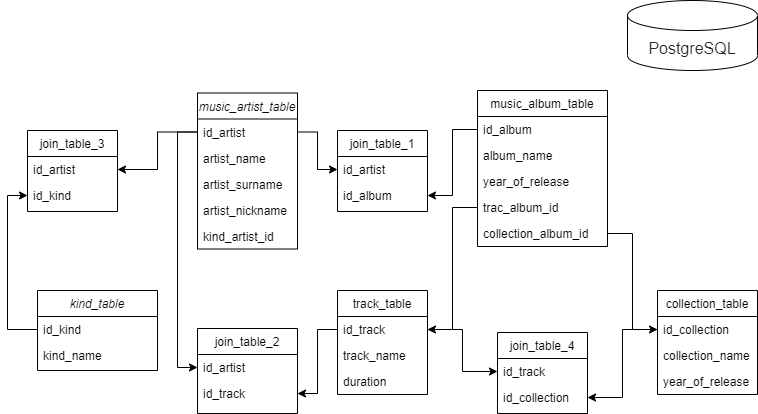
This is database_musick_netology_1.png from danilevich23555/sql_HW_3, a draw.io export, as it was before one commit. Source tidied: cells renumbered, new cells last; positions are measured from the earlier drawing's top-left corner, leaving out a move shared by most shapes.
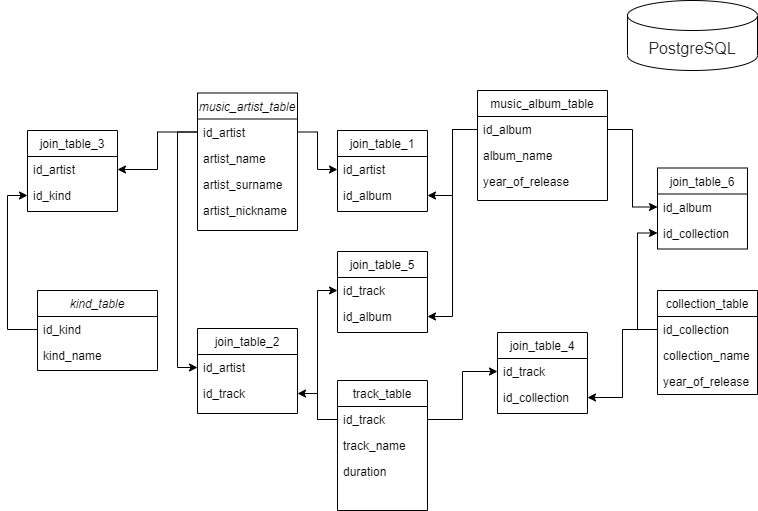
Above is the later version.

What changed in the source:
```diff
@@ -3,7 +3,7 @@
     <mxCell id="0" />
     <mxCell id="1" parent="0" />
     <mxCell id="2" value="music_artist_table" style="swimlane;fontStyle=2;align=center;verticalAlign=top;horizontal=1;startSize=26;rounded=0;shadow=0;strokeWidth=1;" parent="1" vertex="1">
-      <mxGeometry x="170" y="92.5" width="100" height="156" as="geometry" />
+      <mxGeometry x="170" y="92.5" width="100" height="137.5" as="geometry" />
     </mxCell>
     <mxCell id="3" value="id_artist" style="text;align=left;verticalAlign=top;spacingLeft=4;spacingRight=4;overflow=hidden;points=[[0,0.5],[1,0.5]];portConstraint=eastwest;" parent="2" vertex="1">
       <mxGeometry y="26" width="100" height="26" as="geometry" />
@@ -17,11 +17,8 @@
     <mxCell id="6" value="artist_nickname" style="text;align=left;verticalAlign=top;spacingLeft=4;spacingRight=4;overflow=hidden;rounded=0;shadow=0;html=0;" parent="2" vertex="1">
       <mxGeometry y="104" width="100" height="26" as="geometry" />
     </mxCell>
-    <mxCell id="7" value="kind_artist_id" style="text;align=left;verticalAlign=top;spacingLeft=4;spacingRight=4;overflow=hidden;rounded=0;shadow=0;html=0;" parent="2" vertex="1">
-      <mxGeometry y="130" width="100" height="26" as="geometry" />
-    </mxCell>
     <mxCell id="8" value="track_table" style="swimlane;fontStyle=0;align=center;verticalAlign=top;horizontal=1;startSize=26;rounded=0;shadow=0;strokeWidth=1;" parent="1" vertex="1">
-      <mxGeometry x="310" y="290" width="90" height="104" as="geometry" />
+      <mxGeometry x="310" y="380" width="90" height="130" as="geometry" />
     </mxCell>
     <mxCell id="9" value="id_track" style="text;align=left;verticalAlign=top;spacingLeft=4;spacingRight=4;overflow=hidden;points=[[0,0.5],[1,0.5]];portConstraint=eastwest;" parent="8" vertex="1">
       <mxGeometry y="26" width="90" height="26" as="geometry" />
@@ -42,7 +39,7 @@
       <mxGeometry y="52" width="90" height="26" as="geometry" />
     </mxCell>
     <mxCell id="15" value="music_album_table" style="swimlane;fontStyle=0;align=center;verticalAlign=top;horizontal=1;startSize=26;rounded=0;shadow=0;strokeWidth=1;" parent="1" vertex="1">
-      <mxGeometry x="450" y="90" width="130" height="156" as="geometry" />
+      <mxGeometry x="450" y="90" width="130" height="110" as="geometry" />
     </mxCell>
     <mxCell id="16" value="id_album" style="text;align=left;verticalAlign=top;spacingLeft=4;spacingRight=4;overflow=hidden;points=[[0,0.5],[1,0.5]];portConstraint=eastwest;" parent="15" vertex="1">
       <mxGeometry y="26" width="130" height="26" as="geometry" />
@@ -53,12 +50,6 @@
     <mxCell id="18" value="year_of_release" style="text;align=left;verticalAlign=top;spacingLeft=4;spacingRight=4;overflow=hidden;rounded=0;shadow=0;html=0;" parent="15" vertex="1">
       <mxGeometry y="78" width="130" height="26" as="geometry" />
     </mxCell>
-    <mxCell id="19" value="trac_album_id" style="text;align=left;verticalAlign=top;spacingLeft=4;spacingRight=4;overflow=hidden;points=[[0,0.5],[1,0.5]];portConstraint=eastwest;rounded=0;shadow=0;html=0;" parent="15" vertex="1">
-      <mxGeometry y="104" width="130" height="26" as="geometry" />
-    </mxCell>
-    <mxCell id="20" value="collection_album_id" style="text;align=left;verticalAlign=top;spacingLeft=4;spacingRight=4;overflow=hidden;points=[[0,0.5],[1,0.5]];portConstraint=eastwest;rounded=0;shadow=0;html=0;" parent="15" vertex="1">
-      <mxGeometry y="130" width="130" height="26" as="geometry" />
-    </mxCell>
     <mxCell id="21" value="&lt;span style=&quot;color: rgb(36 , 41 , 47) ; font-family: , &amp;#34;blinkmacsystemfont&amp;#34; , &amp;#34;segoe ui&amp;#34; , &amp;#34;helvetica&amp;#34; , &amp;#34;arial&amp;#34; , sans-serif , &amp;#34;apple color emoji&amp;#34; , &amp;#34;segoe ui emoji&amp;#34; ; font-size: 16px ; background-color: rgb(255 , 255 , 255)&quot;&gt;PostgreSQL&lt;/span&gt;" style="shape=cylinder3;whiteSpace=wrap;html=1;boundedLbl=1;backgroundOutline=1;size=15;" parent="1" vertex="1">
       <mxGeometry x="600" width="130" height="70" as="geometry" />
     </mxCell>
@@ -107,9 +98,6 @@
     <mxCell id="36" style="edgeStyle=orthogonalEdgeStyle;rounded=0;jettySize=auto;html=1;exitX=0;exitY=0.5;exitDx=0;exitDy=0;entryX=0;entryY=0.5;entryDx=0;entryDy=0;" parent="1" edge="1" source="30" target="34">
       <mxGeometry relative="1" as="geometry" />
     </mxCell>
-    <mxCell id="37" style="edgeStyle=orthogonalEdgeStyle;rounded=0;jettySize=auto;html=1;exitX=0;exitY=0.5;exitDx=0;exitDy=0;entryX=1;entryY=0.5;entryDx=0;entryDy=0;" parent="1" edge="1" source="19" target="9">
-      <mxGeometry relative="1" as="geometry" />
-    </mxCell>
     <mxCell id="38" value="collection_table" style="swimlane;fontStyle=0;align=center;verticalAlign=top;horizontal=1;startSize=26;rounded=0;shadow=0;strokeWidth=1;" parent="1" vertex="1">
       <mxGeometry x="630" y="290" width="100" height="104" as="geometry" />
     </mxCell>
@@ -137,8 +125,35 @@
     <mxCell id="46" style="edgeStyle=orthogonalEdgeStyle;rounded=0;jettySize=auto;html=1;exitX=0;exitY=0.5;exitDx=0;exitDy=0;entryX=1;entryY=0.5;entryDx=0;entryDy=0;" parent="1" edge="1" source="39" target="44">
       <mxGeometry relative="1" as="geometry" />
     </mxCell>
-    <mxCell id="47" style="edgeStyle=orthogonalEdgeStyle;rounded=0;jettySize=auto;html=1;exitX=1;exitY=0.5;exitDx=0;exitDy=0;entryX=0;entryY=0.5;entryDx=0;entryDy=0;" parent="1" edge="1" source="20" target="39">
-      <mxGeometry relative="1" as="geometry" />
-    </mxCell>
+    <mxCell id="48" value="join_table_5" style="swimlane;fontStyle=0;align=center;verticalAlign=top;horizontal=1;startSize=26;rounded=0;shadow=0;strokeWidth=1;" parent="1" vertex="1">
+      <mxGeometry x="310" y="251" width="90" height="81" as="geometry" />
+    </mxCell>
+    <mxCell id="49" value="id_track" style="text;align=left;verticalAlign=top;spacingLeft=4;spacingRight=4;overflow=hidden;points=[[0,0.5],[1,0.5]];portConstraint=eastwest;" parent="48" vertex="1">
+      <mxGeometry y="26" width="90" height="26" as="geometry" />
+    </mxCell>
+    <mxCell id="50" value="id_album" style="text;align=left;verticalAlign=top;spacingLeft=4;spacingRight=4;overflow=hidden;points=[[0,0.5],[1,0.5]];portConstraint=eastwest;" parent="48" vertex="1">
+      <mxGeometry y="52" width="90" height="26" as="geometry" />
+    </mxCell>
+    <mxCell id="51" style="edgeStyle=orthogonalEdgeStyle;rounded=0;jettySize=auto;html=1;exitX=0;exitY=0.5;exitDx=0;exitDy=0;entryX=0;entryY=0.5;entryDx=0;entryDy=0;" parent="1" edge="1" source="9" target="49">
+      <mxGeometry relative="1" as="geometry" />
+    </mxCell>
+    <mxCell id="52" style="edgeStyle=orthogonalEdgeStyle;rounded=0;jettySize=auto;html=1;exitX=0;exitY=0.5;exitDx=0;exitDy=0;entryX=1;entryY=0.5;entryDx=0;entryDy=0;" parent="1" edge="1" source="16" target="50">
+      <mxGeometry relative="1" as="geometry" />
+    </mxCell>
+    <mxCell id="53" value="join_table_6" style="swimlane;fontStyle=0;align=center;verticalAlign=top;horizontal=1;startSize=26;rounded=0;shadow=0;strokeWidth=1;" parent="1" vertex="1">
+      <mxGeometry x="630" y="167.5" width="90" height="81" as="geometry" />
+    </mxCell>
+    <mxCell id="54" value="id_album" style="text;align=left;verticalAlign=top;spacingLeft=4;spacingRight=4;overflow=hidden;points=[[0,0.5],[1,0.5]];portConstraint=eastwest;" parent="53" vertex="1">
+      <mxGeometry y="26" width="90" height="26" as="geometry" />
+    </mxCell>
+    <mxCell id="55" value="id_collection" style="text;align=left;verticalAlign=top;spacingLeft=4;spacingRight=4;overflow=hidden;points=[[0,0.5],[1,0.5]];portConstraint=eastwest;" parent="53" vertex="1">
+      <mxGeometry y="52" width="90" height="26" as="geometry" />
+    </mxCell>
+    <mxCell id="56" style="edgeStyle=orthogonalEdgeStyle;rounded=0;jettySize=auto;html=1;exitX=1;exitY=0.5;exitDx=0;exitDy=0;entryX=0;entryY=0.5;entryDx=0;entryDy=0;" parent="1" edge="1" source="16" target="54">
+      <mxGeometry relative="1" as="geometry" />
+    </mxCell>
+    <mxCell id="57" style="edgeStyle=orthogonalEdgeStyle;rounded=0;jettySize=auto;html=1;exitX=0;exitY=0.5;exitDx=0;exitDy=0;entryX=0;entryY=0.5;entryDx=0;entryDy=0;" parent="1" edge="1" source="39" target="55">
+      <mxGeometry relative="1" as="geometry" />
+    </mxCell>
   </root>
 </mxGraphModel>
```
